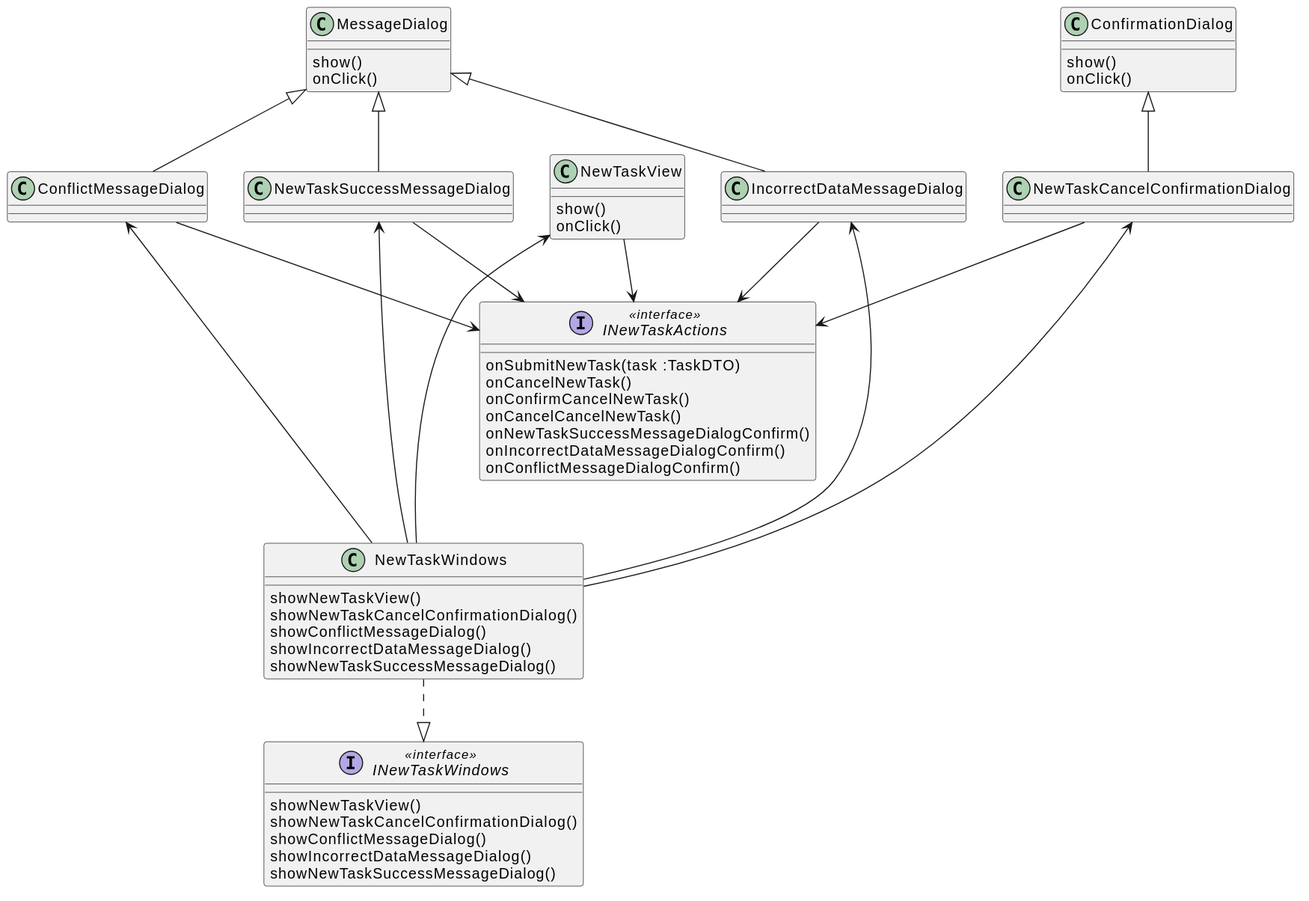
Earlier version of the PlantUML export diagrams/frontend/rendered/new-task-view.svg (Igor-Ochocki/POP-2026Z). The source it was exported from:
```plantuml
@startuml
class NewTaskView {
    show()
    onClick()
}

class ConfirmationDialog {
    show()
    onClick()
}

class MessageDialog {
    show()
    onClick()
}

class NewTaskCancelConfirmationDialog
NewTaskCancelConfirmationDialog -u-|> ConfirmationDialog

class ConflictMessageDialog
class IncorrectDataMessageDialog
class NewTaskSuccessMessageDialog

ConflictMessageDialog -u-|> MessageDialog
IncorrectDataMessageDialog -u-|> MessageDialog
NewTaskSuccessMessageDialog -u-|> MessageDialog

interface INewTaskActions <<interface>> {
    onSubmitNewTask(task :TaskDTO)
    onCancelNewTask()
    onConfirmCancelNewTask()
    onCancelCancelNewTask()
    onNewTaskSuccessMessageDialogConfirm()
    onIncorrectDataMessageDialogConfirm()
    onConflictMessageDialogConfirm()
}

INewTaskActions <-u- NewTaskCancelConfirmationDialog
INewTaskActions <-u- ConflictMessageDialog
INewTaskActions <-u- IncorrectDataMessageDialog
INewTaskActions <-u- NewTaskSuccessMessageDialog
INewTaskActions <-u- NewTaskView

NewTaskWindows --u-> NewTaskCancelConfirmationDialog
NewTaskWindows --u-> ConflictMessageDialog
NewTaskWindows --u-> IncorrectDataMessageDialog
NewTaskWindows --u-> NewTaskSuccessMessageDialog
NewTaskWindows --u-> NewTaskView

interface INewTaskWindows <<interface>> {
    showNewTaskView()
    showNewTaskCancelConfirmationDialog()
    showConflictMessageDialog()
    showIncorrectDataMessageDialog()
    showNewTaskSuccessMessageDialog()
}

class NewTaskWindows {
    showNewTaskView()
    showNewTaskCancelConfirmationDialog()
    showConflictMessageDialog()
    showIncorrectDataMessageDialog()
    showNewTaskSuccessMessageDialog()
}

NewTaskWindows .d.|> INewTaskWindows
@enduml
```
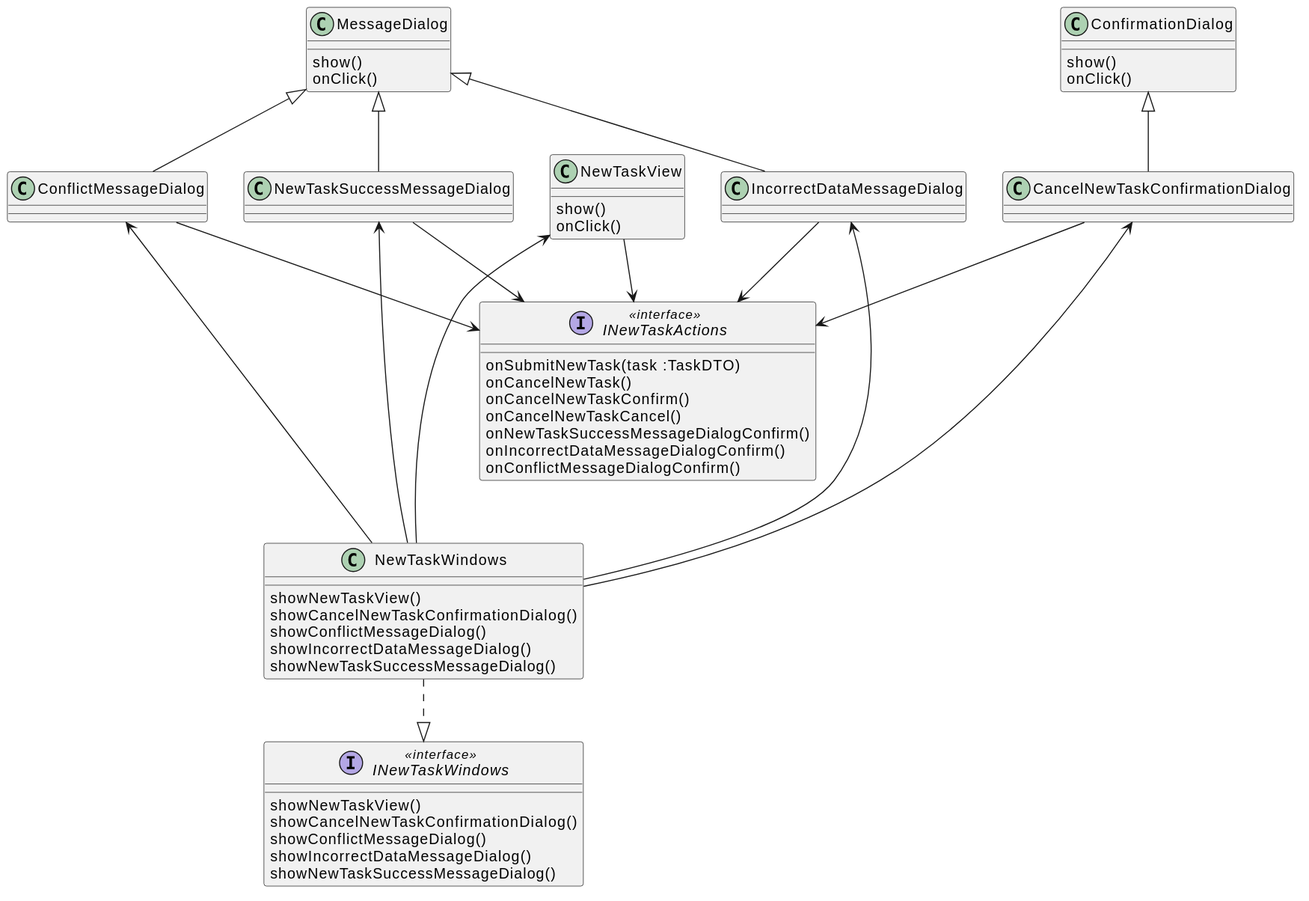
After the change.

The edit, as a diff of the source:
```diff
@@ -14,8 +14,8 @@
     onClick()
 }
 
-class NewTaskCancelConfirmationDialog
-NewTaskCancelConfirmationDialog -u-|> ConfirmationDialog
+class CancelNewTaskConfirmationDialog
+CancelNewTaskConfirmationDialog -u-|> ConfirmationDialog
 
 class ConflictMessageDialog
 class IncorrectDataMessageDialog
@@ -28,20 +28,20 @@
 interface INewTaskActions <<interface>> {
     onSubmitNewTask(task :TaskDTO)
     onCancelNewTask()
-    onConfirmCancelNewTask()
-    onCancelCancelNewTask()
+    onCancelNewTaskConfirm()
+    onCancelNewTaskCancel()
     onNewTaskSuccessMessageDialogConfirm()
     onIncorrectDataMessageDialogConfirm()
     onConflictMessageDialogConfirm()
 }
 
-INewTaskActions <-u- NewTaskCancelConfirmationDialog
+INewTaskActions <-u- CancelNewTaskConfirmationDialog
 INewTaskActions <-u- ConflictMessageDialog
 INewTaskActions <-u- IncorrectDataMessageDialog
 INewTaskActions <-u- NewTaskSuccessMessageDialog
 INewTaskActions <-u- NewTaskView
 
-NewTaskWindows --u-> NewTaskCancelConfirmationDialog
+NewTaskWindows --u-> CancelNewTaskConfirmationDialog
 NewTaskWindows --u-> ConflictMessageDialog
 NewTaskWindows --u-> IncorrectDataMessageDialog
 NewTaskWindows --u-> NewTaskSuccessMessageDialog
@@ -49,7 +49,7 @@
 
 interface INewTaskWindows <<interface>> {
     showNewTaskView()
-    showNewTaskCancelConfirmationDialog()
+    showCancelNewTaskConfirmationDialog()
     showConflictMessageDialog()
     showIncorrectDataMessageDialog()
     showNewTaskSuccessMessageDialog()
@@ -57,7 +57,7 @@
 
 class NewTaskWindows {
     showNewTaskView()
-    showNewTaskCancelConfirmationDialog()
+    showCancelNewTaskConfirmationDialog()
     showConflictMessageDialog()
     showIncorrectDataMessageDialog()
     showNewTaskSuccessMessageDialog()
```
